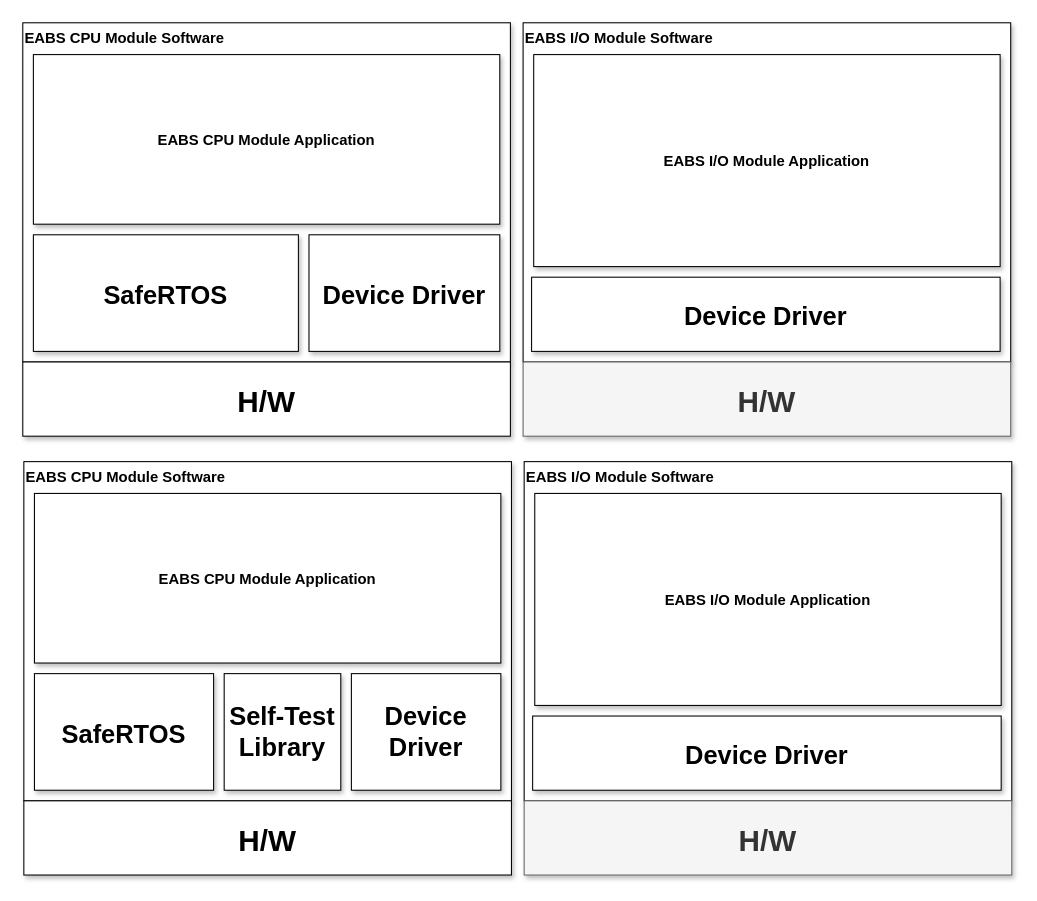
The draw.io diagram page "BlockDiagram-Borad" (1 of 9) of EABS/Document_Pack/Design/F-CPU/eabs_f_cpu_block_diagram.drawio in chillin2/MyDraw.io, before the edit. Source tidied: cells renumbered, new cells numbered last; positions are measured from the earlier drawing's top-left corner, leaving out a move shared by most shapes. Both pictures are drawn from the tidied source at 106%, with x=0, y=0 at pixel (22, 22).
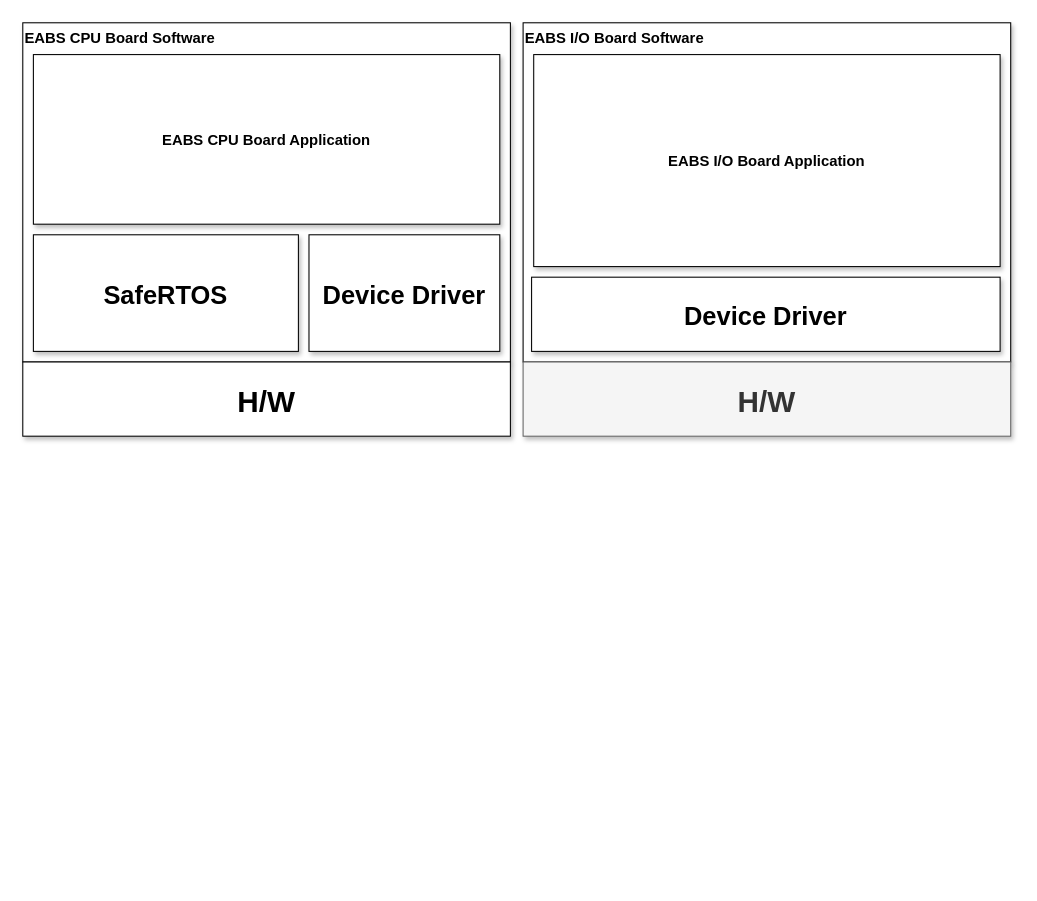
After the change.

What changed in the source:
```diff
@@
-    <mxCell id="2" value="EABS CPU Module Software" style="rounded=0;shadow=1;fontStyle=1;fontSize=14;align=left;verticalAlign=top;" parent="1" vertex="1">
+    <mxCell id="2" value="EABS CPU Board Software" style="rounded=0;shadow=1;fontStyle=1;fontSize=14;align=left;verticalAlign=top;" parent="1" vertex="1">
       <mxGeometry width="460" height="320" as="geometry" />
     </mxCell>
@@
-    <mxCell id="6" value="EABS CPU Module Application" style="rounded=0;shadow=1;fontStyle=1;fontSize=14;align=center;verticalAlign=middle;" parent="1" vertex="1">
+    <mxCell id="6" value="EABS CPU Board Application" style="rounded=0;shadow=1;fontStyle=1;fontSize=14;align=center;verticalAlign=middle;" parent="1" vertex="1">
       <mxGeometry x="10" y="30" width="440" height="160" as="geometry" />
     </mxCell>
-    <mxCell id="7" value="EABS I/O Module Software" style="rounded=0;shadow=1;fontStyle=1;fontSize=14;align=left;verticalAlign=top;" parent="1" vertex="1">
+    <mxCell id="7" value="EABS I/O Board Software" style="rounded=0;shadow=1;fontStyle=1;fontSize=14;align=left;verticalAlign=top;" parent="1" vertex="1">
       <mxGeometry x="472" width="460" height="320" as="geometry" />
     </mxCell>
@@
-    <mxCell id="10" value="EABS I/O Module Application" style="rounded=0;shadow=1;fontStyle=1;fontSize=14;align=center;verticalAlign=middle;" parent="1" vertex="1">
+    <mxCell id="10" value="EABS I/O Board Application" style="rounded=0;shadow=1;fontStyle=1;fontSize=14;align=center;verticalAlign=middle;" parent="1" vertex="1">
       <mxGeometry x="482" y="30" width="440" height="200" as="geometry" />
     </mxCell>
-    <mxCell id="11" value="EABS CPU Module Software" style="rounded=0;shadow=1;fontStyle=1;fontSize=14;align=left;verticalAlign=top;" parent="1" vertex="1">
-      <mxGeometry x="1" y="414" width="460" height="320" as="geometry" />
-    </mxCell>
-    <mxCell id="12" value="H/W" style="rounded=0;shadow=1;fontStyle=1;fontSize=28;align=center;verticalAlign=middle;spacing=2;" parent="1" vertex="1">
-      <mxGeometry x="1" y="734" width="460" height="70" as="geometry" />
-    </mxCell>
-    <mxCell id="13" value="SafeRTOS" style="rounded=0;shadow=1;fontStyle=1;fontSize=24;align=center;verticalAlign=middle;" parent="1" vertex="1">
-      <mxGeometry x="11" y="614" width="169" height="110" as="geometry" />
-    </mxCell>
-    <mxCell id="14" value="Device Driver" style="rounded=0;shadow=1;fontStyle=1;fontSize=24;align=center;verticalAlign=middle;whiteSpace=wrap;" parent="1" vertex="1">
-      <mxGeometry x="310" y="614" width="141" height="110" as="geometry" />
-    </mxCell>
-    <mxCell id="15" value="EABS CPU Module Application" style="rounded=0;shadow=1;fontStyle=1;fontSize=14;align=center;verticalAlign=middle;" parent="1" vertex="1">
-      <mxGeometry x="11" y="444" width="440" height="160" as="geometry" />
-    </mxCell>
-    <mxCell id="16" value="EABS I/O Module Software" style="rounded=0;shadow=1;fontStyle=1;fontSize=14;align=left;verticalAlign=top;" parent="1" vertex="1">
-      <mxGeometry x="473" y="414" width="460" height="320" as="geometry" />
-    </mxCell>
-    <mxCell id="17" value="H/W" style="rounded=0;shadow=1;fontStyle=1;fontSize=28;align=center;verticalAlign=middle;spacing=2;fillColor=#f5f5f5;fontColor=#333333;strokeColor=#666666;" parent="1" vertex="1">
-      <mxGeometry x="473" y="734" width="460" height="70" as="geometry" />
-    </mxCell>
-    <mxCell id="18" value="Device Driver" style="rounded=0;shadow=1;fontStyle=1;fontSize=24;align=center;verticalAlign=middle;" parent="1" vertex="1">
-      <mxGeometry x="481" y="654" width="442" height="70" as="geometry" />
-    </mxCell>
-    <mxCell id="19" value="EABS I/O Module Application" style="rounded=0;shadow=1;fontStyle=1;fontSize=14;align=center;verticalAlign=middle;" parent="1" vertex="1">
-      <mxGeometry x="483" y="444" width="440" height="200" as="geometry" />
-    </mxCell>
-    <mxCell id="20" value="Self-Test Library" style="rounded=0;shadow=1;fontStyle=1;fontSize=24;align=center;verticalAlign=middle;whiteSpace=wrap;" parent="1" vertex="1">
-      <mxGeometry x="190" y="614" width="110" height="110" as="geometry" />
-    </mxCell>
```
